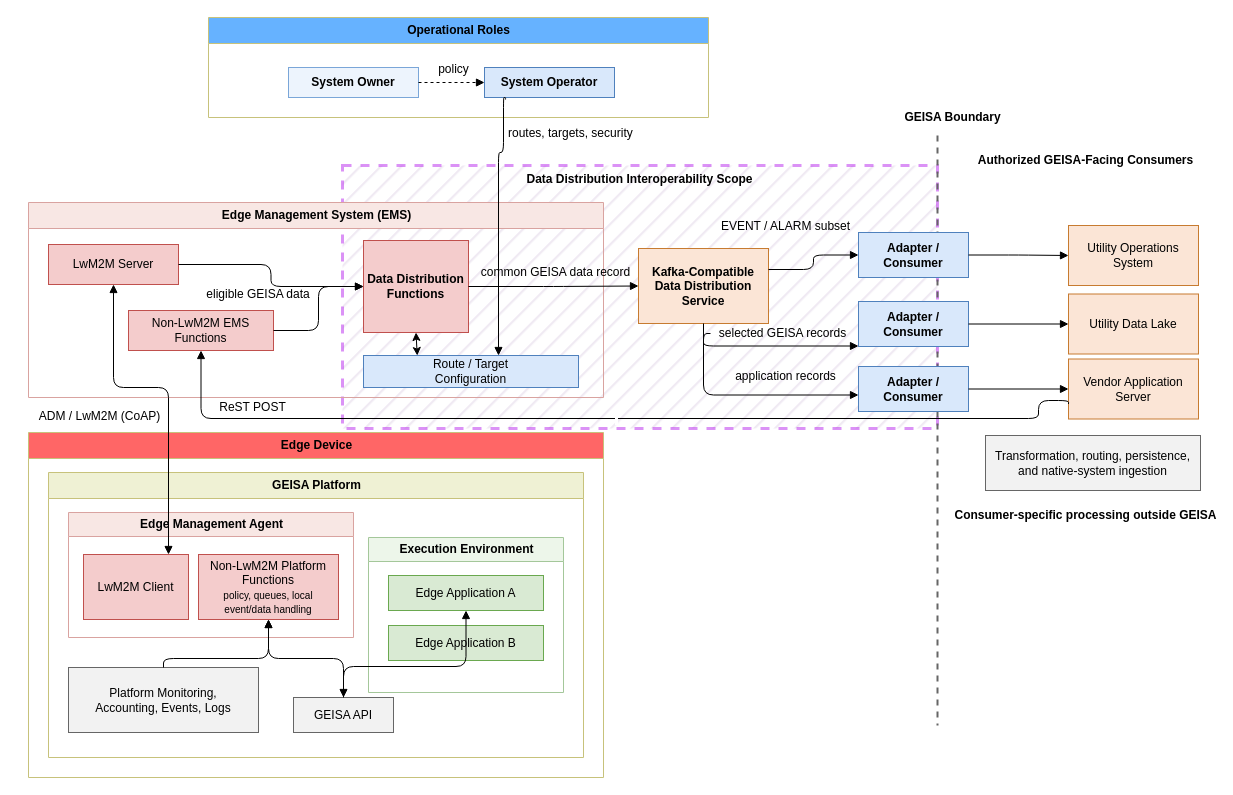
The draw.io diagram source/adm/data-distribution-highlevel.drawio in geisa/specification, before the edit. Source tidied: cells renumbered, new cells numbered last; positions are measured from the earlier drawing's top-left corner, leaving out a move shared by most shapes. Both pictures are drawn from the tidied source at 100%, with x=0, y=0 at pixel (17, 17).
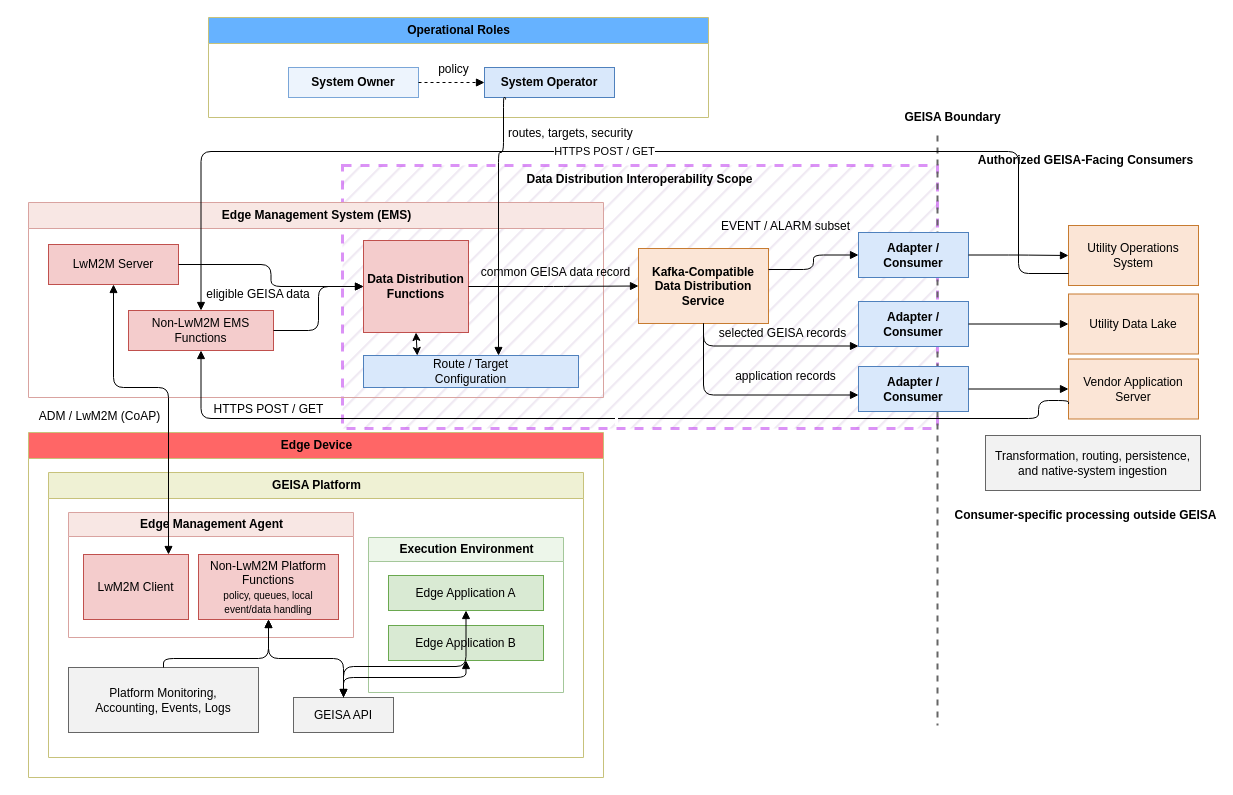
After the change.

Commit message (it also covers changes not shown here):
Reorganized ADM Data Distribution and misc clarifications on interoperability requirements

The change refers to these unchanged cells:
```xml
<mxCell id="9" value="Non-LwM2M EMS Functions" style="rounded=0;whiteSpace=wrap;html=1;fillColor=#f4cccc;strokeColor=#c0504d;" parent="7" vertex="1">
  <mxGeometry x="100" y="108" width="145" height="40" as="geometry" />
</mxCell>
<mxCell id="16" value="Kafka-Compatible&lt;br&gt;Data Distribution Service" style="rounded=0;whiteSpace=wrap;html=1;fillColor=#fbe5d6;strokeColor=#c77b30;fontStyle=1;" parent="1" vertex="1">
  <mxGeometry x="621" y="231" width="130" height="75" as="geometry" />
</mxCell>
<mxCell id="22" value="Adapter / Consumer" style="rounded=0;whiteSpace=wrap;html=1;fillColor=#d9e8fb;strokeColor=#4f81bd;fontStyle=1;" parent="1" vertex="1">
  <mxGeometry x="841" y="284" width="110" height="45" as="geometry" />
</mxCell>
<mxCell id="29" value="GEISA Platform" style="swimlane;html=1;rounded=0;startSize=26;fillColor=#eff1d4;strokeColor=#c7c27b;fontStyle=1;" parent="28" vertex="1">
  <mxGeometry x="20" y="40" width="535" height="285" as="geometry" />
</mxCell>
<mxCell id="36" value="Edge Application B" style="rounded=0;whiteSpace=wrap;html=1;fillColor=#d9ead3;strokeColor=#6aa84f;" parent="34" vertex="1">
  <mxGeometry x="20" y="88" width="155" height="35" as="geometry" />
</mxCell>
<mxCell id="37" value="GEISA API" style="rounded=0;whiteSpace=wrap;html=1;fillColor=#f2f2f2;strokeColor=#666666;" parent="29" vertex="1">
  <mxGeometry x="245" y="225" width="100" height="35" as="geometry" />
</mxCell>
<mxCell id="56" value="selected GEISA records" style="text;html=1;strokeColor=none;fillColor=none;align=center;verticalAlign=middle;whiteSpace=wrap;" parent="1" vertex="1">
  <mxGeometry x="693" y="306" width="145" height="20" as="geometry" />
</mxCell>
```

What changed in the source:
```diff
@@
+    <mxCell id="59" style="edgeStyle=orthogonalEdgeStyle;rounded=1;jettySize=auto;html=1;startArrow=block;startFill=1;endArrow=block;endFill=1;" parent="29" edge="1" source="36" target="37">
+      <mxGeometry relative="1" as="geometry">
+        <Array as="points">
+          <mxPoint x="417.5" y="205" />
+          <mxPoint x="295" y="205" />
+        </Array>
+      </mxGeometry>
+    </mxCell>
@@
-    <mxCell id="46" style="edgeStyle=orthogonalEdgeStyle;rounded=1;jettySize=auto;html=1;endArrow=block;endFill=1;" parent="1" edge="1" source="56" target="22">
+    <mxCell id="46" style="edgeStyle=orthogonalEdgeStyle;rounded=1;jettySize=auto;html=1;endArrow=block;endFill=1;" parent="1" edge="1" source="16" target="22">
       <mxGeometry relative="1" as="geometry">
         <Array as="points">
           <mxPoint x="686" y="328.5" />
         </Array>
       </mxGeometry>
     </mxCell>
@@
+    <mxCell id="60" value="HTTPS POST / GET" style="edgeStyle=orthogonalEdgeStyle;rounded=1;jettySize=auto;html=1;endArrow=block;endFill=1;labelBackgroundColor=#ffffff;exitX=0;exitY=0.5;exitDx=0;exitDy=0;entryX=0.5;entryY=0;entryDx=0;entryDy=0;" parent="1" edge="1" target="9">
+      <mxGeometry x="0.02" relative="1" as="geometry">
+        <mxPoint x="1051" y="256" as="sourcePoint" />
+        <Array as="points">
+          <mxPoint x="1001" y="256" />
+          <mxPoint x="1001" y="134" />
+          <mxPoint x="183.5" y="134" />
+        </Array>
+      </mxGeometry>
+    </mxCell>
@@
-    <mxCell id="58" value="ReST POST" style="text;html=1;strokeColor=none;fillColor=none;align=center;verticalAlign=middle;whiteSpace=wrap;" parent="1" vertex="1">
-      <mxGeometry x="153" y="380" width="165" height="20" as="geometry" />
+    <mxCell id="58" value="HTTPS POST / GET" style="text;html=1;strokeColor=none;fillColor=none;align=center;verticalAlign=middle;whiteSpace=wrap;" parent="1" vertex="1">
+      <mxGeometry x="168.5" y="381.5" width="165" height="20" as="geometry" />
     </mxCell>
```
